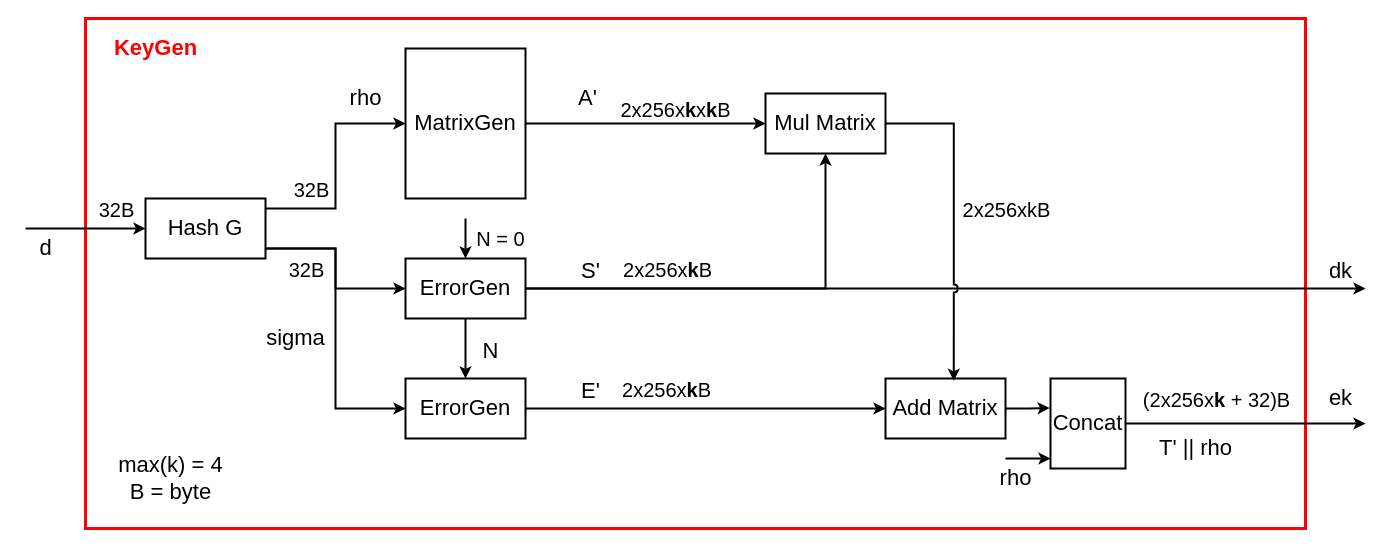
Before: page "KeyGen" (2 of 3) of docs/design/KyberV.drawio in Winxkin/KyberV, a draw.io diagram. Source tidied: cells renumbered, new cells numbered last; positions are measured from the earlier drawing's top-left corner, leaving out a move shared by most shapes. Both pictures are drawn from the tidied source at 100%, with x=0, y=0 at pixel (25, 18).
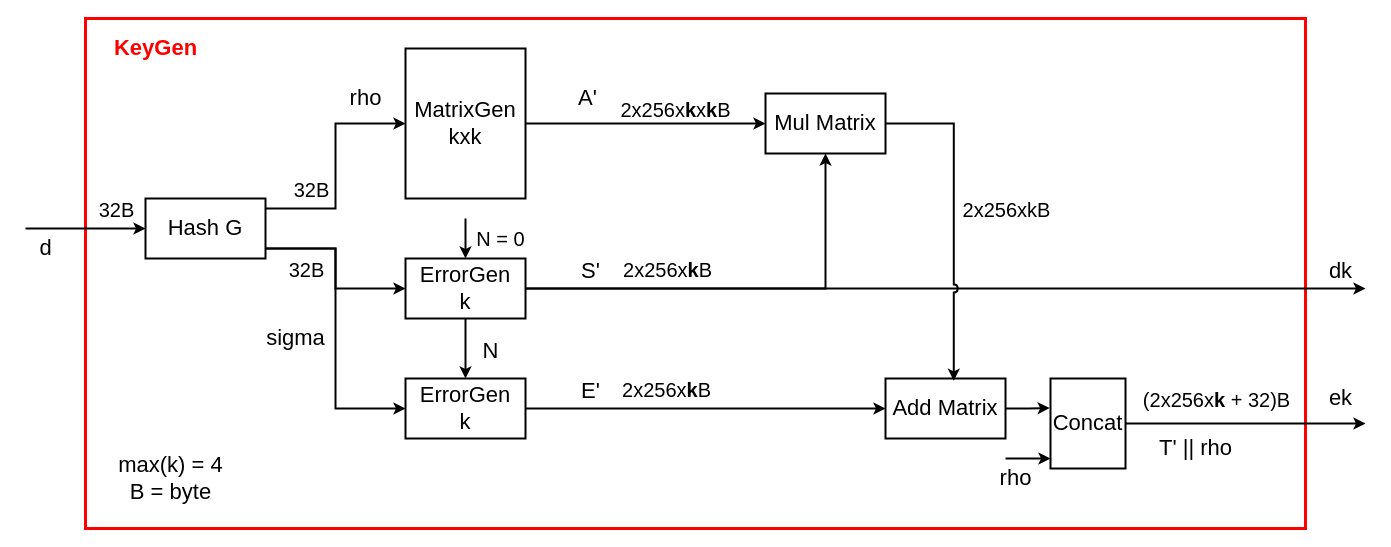
After the change.

Diff of the diagram source:
```diff
@@
-    <mxCell id="13" value="&lt;span style=&quot;font-size: 22px;&quot;&gt;MatrixGen&lt;/span&gt;" style="rounded=0;whiteSpace=wrap;html=1;strokeWidth=2;" parent="1" vertex="1">
+    <mxCell id="13" value="&lt;span style=&quot;font-size: 22px;&quot;&gt;MatrixGen&lt;/span&gt;&lt;div&gt;&lt;span style=&quot;font-size: 22px;&quot;&gt;kxk&lt;/span&gt;&lt;/div&gt;" style="rounded=0;whiteSpace=wrap;html=1;strokeWidth=2;" parent="1" vertex="1">
       <mxGeometry x="380" y="30" width="120" height="150" as="geometry" />
     </mxCell>
@@
-    <mxCell id="19" value="&lt;span style=&quot;font-size: 22px;&quot;&gt;ErrorGen&lt;/span&gt;" style="rounded=0;whiteSpace=wrap;html=1;strokeWidth=2;" parent="1" vertex="1">
+    <mxCell id="19" value="&lt;span style=&quot;font-size: 22px;&quot;&gt;ErrorGen&lt;/span&gt;&lt;div&gt;&lt;span style=&quot;font-size: 22px;&quot;&gt;k&lt;/span&gt;&lt;/div&gt;" style="rounded=0;whiteSpace=wrap;html=1;strokeWidth=2;" parent="1" vertex="1">
       <mxGeometry x="380" y="240" width="120" height="60" as="geometry" />
     </mxCell>
@@
-    <mxCell id="22" value="&lt;span style=&quot;font-size: 22px;&quot;&gt;ErrorGen&lt;/span&gt;" style="rounded=0;whiteSpace=wrap;html=1;strokeWidth=2;" parent="1" vertex="1">
+    <mxCell id="22" value="&lt;span style=&quot;font-size: 22px;&quot;&gt;ErrorGen&lt;/span&gt;&lt;div&gt;&lt;span style=&quot;font-size: 22px;&quot;&gt;k&lt;/span&gt;&lt;/div&gt;" style="rounded=0;whiteSpace=wrap;html=1;strokeWidth=2;" parent="1" vertex="1">
       <mxGeometry x="380" y="360" width="120" height="60" as="geometry" />
     </mxCell>
```
